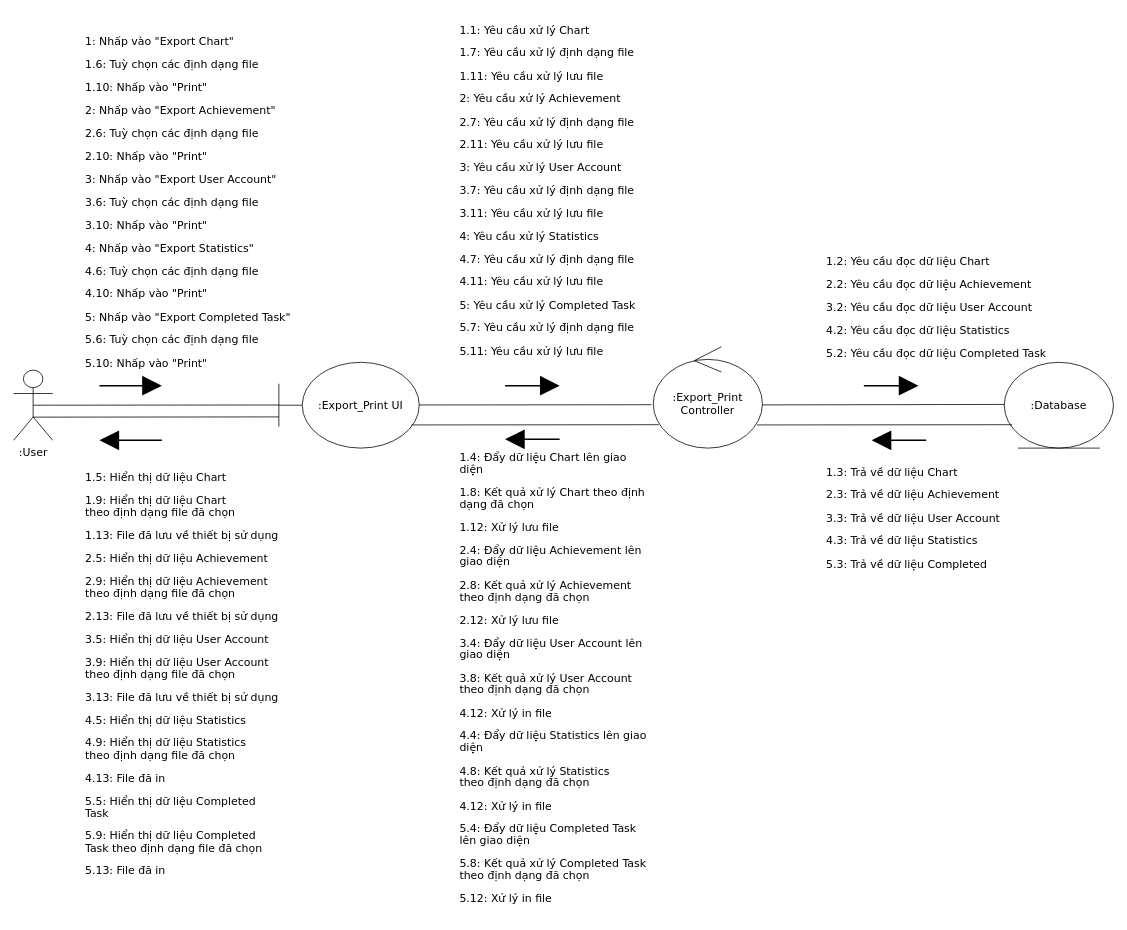
This is ToDoApp-Doc/Document/Diagram/Collaboration Diagram/Export_Print/Export_Print_CollaborationDiagram.drawio from Merevoli-DatLuu/To-Do-App, a draw.io file, before an edit. Source tidied: cells renumbered, new cells numbered last; positions are measured from the earlier drawing's top-left corner, leaving out a move shared by most shapes. Both pictures are drawn from the tidied source at 78%, with x=0, y=0 at pixel (13, 19).
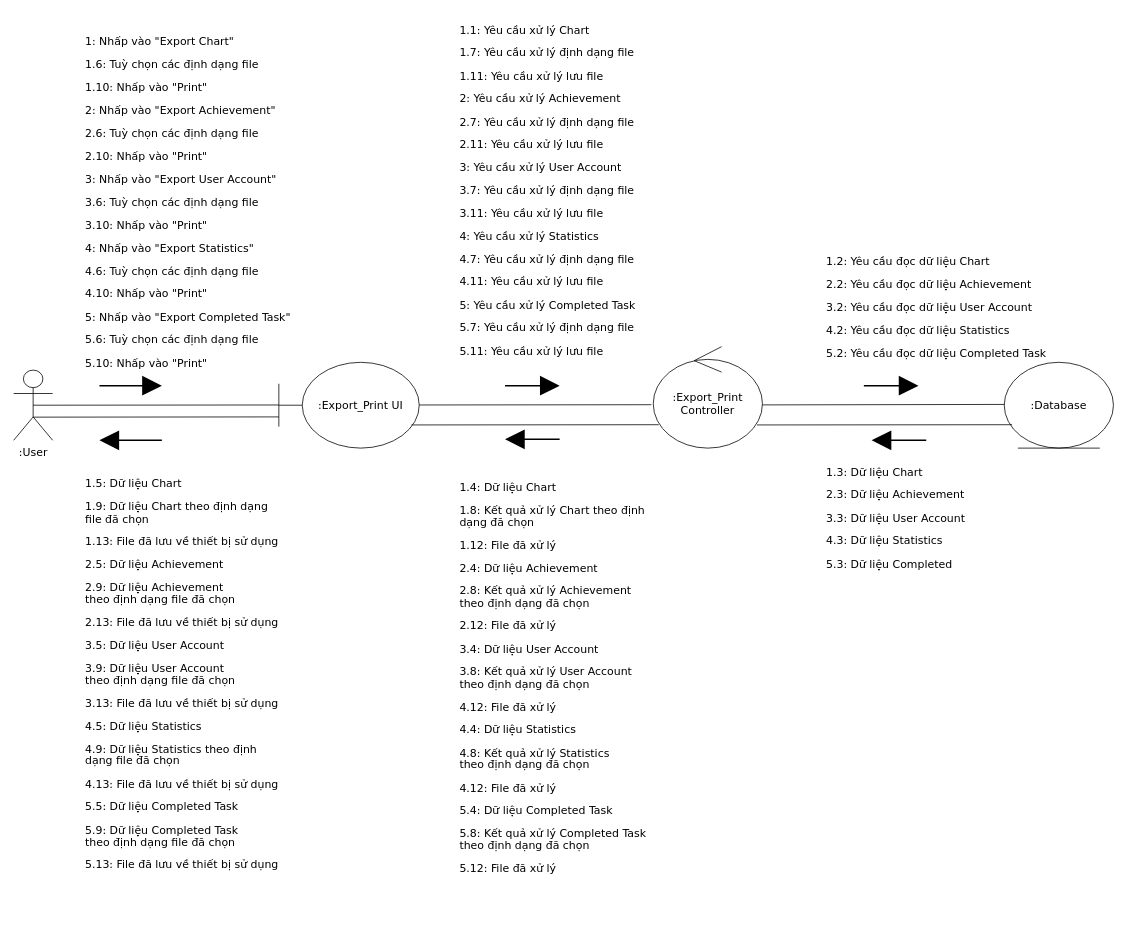
Above is the later version.

Commit message (it also covers changes not shown here):
[Modified]: Export_Print Collaboration Diagram

Change to the diagram source:
```diff
@@
-    <mxCell id="15" value="&lt;p style=&quot;line-height: 110%; font-size: 14px;&quot;&gt;1.3: Trả về dữ liệu Chart&lt;/p&gt;&lt;p style=&quot;line-height: 110%; font-size: 14px;&quot;&gt;2.3: Trả về dữ liệu Achievement&lt;br style=&quot;font-size: 14px;&quot;&gt;&lt;/p&gt;&lt;p style=&quot;line-height: 110%; font-size: 14px;&quot;&gt;3.3: Trả về dữ liệu User Account&lt;br style=&quot;font-size: 14px;&quot;&gt;&lt;/p&gt;&lt;p style=&quot;line-height: 110%; font-size: 14px;&quot;&gt;4.3: Trả về dữ liệu Statistics&lt;/p&gt;&lt;p style=&quot;line-height: 110%; font-size: 14px;&quot;&gt;5.3: Trả về dữ liệu Completed&lt;br style=&quot;font-size: 14px;&quot;&gt;&lt;/p&gt;" style="text;html=1;strokeColor=none;fillColor=none;align=left;verticalAlign=middle;whiteSpace=wrap;rounded=0;fontFamily=Verdana;fontSize=14;" parent="1" vertex="1">
+    <mxCell id="15" value="&lt;p style=&quot;line-height: 110% ; font-size: 14px&quot;&gt;1.3: Dữ liệu Chart&lt;/p&gt;&lt;p style=&quot;line-height: 110% ; font-size: 14px&quot;&gt;2.3: Dữ liệu Achievement&lt;br style=&quot;font-size: 14px&quot;&gt;&lt;/p&gt;&lt;p style=&quot;line-height: 110% ; font-size: 14px&quot;&gt;3.3: Dữ liệu User Account&lt;br style=&quot;font-size: 14px&quot;&gt;&lt;/p&gt;&lt;p style=&quot;line-height: 110% ; font-size: 14px&quot;&gt;4.3: Dữ liệu Statistics&lt;/p&gt;&lt;p style=&quot;line-height: 110% ; font-size: 14px&quot;&gt;5.3: Dữ liệu Completed&lt;br style=&quot;font-size: 14px&quot;&gt;&lt;/p&gt;" style="text;html=1;strokeColor=none;fillColor=none;align=left;verticalAlign=middle;whiteSpace=wrap;rounded=0;fontFamily=Verdana;fontSize=14;" parent="1" vertex="1">
       <mxGeometry x="1040" y="570" width="240" height="140" as="geometry" />
     </mxCell>
@@
-    <mxCell id="17" value="&lt;p style=&quot;line-height: 110%; font-size: 14px;&quot;&gt;1.4:&amp;nbsp;Đẩy dữ liệu Chart lên giao diện&lt;/p&gt;&lt;p style=&quot;line-height: 110%; font-size: 14px;&quot;&gt;1.8: Kết quả xử lý Chart theo&amp;nbsp;định dạng&amp;nbsp;đã chọn&lt;/p&gt;&lt;p style=&quot;line-height: 110%; font-size: 14px;&quot;&gt;1.12: Xử lý lưu file&lt;/p&gt;&lt;p style=&quot;line-height: 15.4px; font-size: 14px;&quot;&gt;2.4:&amp;nbsp;Đẩy dữ liệu Achievement lên giao diện&lt;/p&gt;&lt;p style=&quot;line-height: 15.4px; font-size: 14px;&quot;&gt;2.8: Kết quả xử lý Achievement theo&amp;nbsp;định dạng&amp;nbsp;đã chọn&lt;/p&gt;&lt;p style=&quot;line-height: 15.4px; font-size: 14px;&quot;&gt;2.12: Xử lý lưu file&lt;/p&gt;&lt;p style=&quot;line-height: 15.4px; font-size: 14px;&quot;&gt;3.4:&amp;nbsp;Đẩy dữ liệu User Account lên giao diện&lt;/p&gt;&lt;p style=&quot;line-height: 15.4px; font-size: 14px;&quot;&gt;3.8: Kết quả xử lý User Account theo&amp;nbsp;định dạng&amp;nbsp;đã chọn&lt;/p&gt;&lt;p style=&quot;line-height: 15.4px; font-size: 14px;&quot;&gt;4.12: Xử lý in file&lt;/p&gt;&lt;p style=&quot;line-height: 15.4px; font-size: 14px;&quot;&gt;4.4:&amp;nbsp;Đẩy dữ liệu Statistics lên giao diện&lt;/p&gt;&lt;p style=&quot;line-height: 15.4px; font-size: 14px;&quot;&gt;4.8: Kết quả xử lý Statistics theo&amp;nbsp;định dạng&amp;nbsp;đã chọn&lt;/p&gt;&lt;p style=&quot;line-height: 15.4px; font-size: 14px;&quot;&gt;4.12: Xử lý in file&lt;/p&gt;&lt;p style=&quot;line-height: 15.4px; font-size: 14px;&quot;&gt;5.4:&amp;nbsp;Đẩy dữ liệu Completed Task lên giao diện&lt;/p&gt;&lt;p style=&quot;line-height: 15.4px; font-size: 14px;&quot;&gt;5.8: Kết quả xử lý Completed Task theo&amp;nbsp;định dạng&amp;nbsp;đã chọn&lt;/p&gt;&lt;p style=&quot;line-height: 15.4px; font-size: 14px;&quot;&gt;5.12: Xử lý in file&lt;/p&gt;" style="text;html=1;strokeColor=none;fillColor=none;align=left;verticalAlign=middle;whiteSpace=wrap;rounded=0;fontFamily=Verdana;fontSize=14;" parent="1" vertex="1">
+    <mxCell id="17" value="&lt;p style=&quot;line-height: 110% ; font-size: 14px&quot;&gt;1.4: Dữ liệu Chart&amp;nbsp;&lt;/p&gt;&lt;p style=&quot;line-height: 110% ; font-size: 14px&quot;&gt;1.8: Kết quả xử lý Chart theo&amp;nbsp;định dạng&amp;nbsp;đã chọn&lt;/p&gt;&lt;p style=&quot;line-height: 110% ; font-size: 14px&quot;&gt;1.12: File&amp;nbsp;đã xử lý&lt;/p&gt;&lt;p style=&quot;line-height: 15.4px ; font-size: 14px&quot;&gt;2.4: Dữ liệu Achievement&amp;nbsp;&lt;/p&gt;&lt;p style=&quot;line-height: 15.4px ; font-size: 14px&quot;&gt;2.8: Kết quả xử lý Achievement theo&amp;nbsp;định dạng&amp;nbsp;đã chọn&lt;/p&gt;&lt;p style=&quot;line-height: 15.4px ; font-size: 14px&quot;&gt;2.12: File&amp;nbsp;đã xử lý&lt;/p&gt;&lt;p style=&quot;line-height: 15.4px ; font-size: 14px&quot;&gt;3.4: Dữ liệu User Account&lt;/p&gt;&lt;p style=&quot;line-height: 15.4px ; font-size: 14px&quot;&gt;3.8: Kết quả xử lý User Account theo&amp;nbsp;định dạng&amp;nbsp;đã chọn&lt;/p&gt;&lt;p style=&quot;line-height: 15.4px ; font-size: 14px&quot;&gt;4.12: File&amp;nbsp;đã xử lý&lt;/p&gt;&lt;p style=&quot;line-height: 15.4px ; font-size: 14px&quot;&gt;4.4: Dữ liệu Statistics&amp;nbsp;&lt;/p&gt;&lt;p style=&quot;line-height: 15.4px ; font-size: 14px&quot;&gt;4.8: Kết quả xử lý Statistics theo&amp;nbsp;định dạng&amp;nbsp;đã chọn&lt;/p&gt;&lt;p style=&quot;line-height: 15.4px ; font-size: 14px&quot;&gt;4.12: File&amp;nbsp;đã xử lý&lt;/p&gt;&lt;p style=&quot;line-height: 15.4px ; font-size: 14px&quot;&gt;5.4: Dữ liệu Completed Task&lt;/p&gt;&lt;p style=&quot;line-height: 15.4px ; font-size: 14px&quot;&gt;5.8: Kết quả xử lý Completed Task theo&amp;nbsp;định dạng&amp;nbsp;đã chọn&lt;/p&gt;&lt;p style=&quot;line-height: 15.4px ; font-size: 14px&quot;&gt;5.12: File&amp;nbsp;đã xử lý&lt;/p&gt;" style="text;html=1;strokeColor=none;fillColor=none;align=left;verticalAlign=middle;whiteSpace=wrap;rounded=0;fontFamily=Verdana;fontSize=14;" parent="1" vertex="1">
       <mxGeometry x="570" y="560" width="250" height="570" as="geometry" />
     </mxCell>
@@
-    <mxCell id="19" value="&lt;p style=&quot;line-height: 110%; font-size: 14px;&quot;&gt;1.5: Hiển thị dữ liệu Chart&lt;/p&gt;&lt;p style=&quot;line-height: 110%; font-size: 14px;&quot;&gt;1.9: Hiển thị dữ liệu Chart theo&amp;nbsp;định dạng file&amp;nbsp;đã chọn&lt;/p&gt;&lt;p style=&quot;line-height: 110%; font-size: 14px;&quot;&gt;1.13: File&amp;nbsp;đã lưu về thiết bị sử dụng&lt;/p&gt;&lt;p style=&quot;line-height: 110%; font-size: 14px;&quot;&gt;2.5: Hiển thị dữ liệu Achievement&lt;/p&gt;&lt;p style=&quot;line-height: 110%; font-size: 14px;&quot;&gt;2.9: Hiển thị dữ liệu Achievement theo&amp;nbsp;định dạng file&amp;nbsp;đã chọn&lt;/p&gt;&lt;p style=&quot;line-height: 110%; font-size: 14px;&quot;&gt;2.13: File&amp;nbsp;đã lưu về thiết bị sử dụng&lt;/p&gt;&lt;p style=&quot;line-height: 15.4px; font-size: 14px;&quot;&gt;3.5: Hiển thị dữ liệu User Account&lt;/p&gt;&lt;p style=&quot;line-height: 15.4px; font-size: 14px;&quot;&gt;3.9: Hiển thị dữ liệu User Account theo&amp;nbsp;định dạng file&amp;nbsp;đã chọn&lt;/p&gt;&lt;p style=&quot;line-height: 15.4px; font-size: 14px;&quot;&gt;3.13: File&amp;nbsp;đã lưu về thiết bị sử dụng&lt;/p&gt;&lt;p style=&quot;line-height: 15.4px; font-size: 14px;&quot;&gt;4.5: Hiển thị dữ liệu Statistics&lt;/p&gt;&lt;p style=&quot;line-height: 15.4px; font-size: 14px;&quot;&gt;4.9: Hiển thị dữ liệu Statistics theo&amp;nbsp;định dạng file&amp;nbsp;đã chọn&lt;/p&gt;&lt;p style=&quot;line-height: 15.4px; font-size: 14px;&quot;&gt;4.13: File&amp;nbsp;đã in&lt;/p&gt;&lt;p style=&quot;line-height: 15.4px; font-size: 14px;&quot;&gt;5.5: Hiển thị dữ liệu Completed Task&lt;/p&gt;&lt;p style=&quot;line-height: 15.4px; font-size: 14px;&quot;&gt;5.9: Hiển thị dữ liệu Completed Task theo&amp;nbsp;định dạng file&amp;nbsp;đã chọn&lt;/p&gt;&lt;p style=&quot;line-height: 15.4px; font-size: 14px;&quot;&gt;5.13: File&amp;nbsp;đã in&lt;/p&gt;&lt;p style=&quot;line-height: 110%; font-size: 14px;&quot;&gt;&lt;br style=&quot;font-size: 14px;&quot;&gt;&lt;/p&gt;" style="text;html=1;strokeColor=none;fillColor=none;align=left;verticalAlign=middle;whiteSpace=wrap;rounded=0;fontFamily=Verdana;fontSize=14;" parent="1" vertex="1">
+    <mxCell id="19" value="&lt;p style=&quot;line-height: 110% ; font-size: 14px&quot;&gt;1.5: Dữ liệu Chart&lt;/p&gt;&lt;p style=&quot;line-height: 110% ; font-size: 14px&quot;&gt;1.9: Dữ liệu Chart theo&amp;nbsp;định dạng file&amp;nbsp;đã chọn&lt;/p&gt;&lt;p style=&quot;line-height: 110% ; font-size: 14px&quot;&gt;1.13: File&amp;nbsp;đã lưu về thiết bị sử dụng&lt;/p&gt;&lt;p style=&quot;line-height: 110% ; font-size: 14px&quot;&gt;2.5: Dữ liệu Achievement&lt;/p&gt;&lt;p style=&quot;line-height: 110% ; font-size: 14px&quot;&gt;2.9: Dữ liệu Achievement theo&amp;nbsp;định dạng file&amp;nbsp;đã chọn&lt;/p&gt;&lt;p style=&quot;line-height: 110% ; font-size: 14px&quot;&gt;2.13: File&amp;nbsp;đã lưu về thiết bị sử dụng&lt;/p&gt;&lt;p style=&quot;line-height: 15.4px ; font-size: 14px&quot;&gt;3.5: Dữ liệu User Account&lt;/p&gt;&lt;p style=&quot;line-height: 15.4px ; font-size: 14px&quot;&gt;3.9: Dữ liệu User Account theo&amp;nbsp;định dạng file&amp;nbsp;đã chọn&lt;/p&gt;&lt;p style=&quot;line-height: 15.4px ; font-size: 14px&quot;&gt;3.13: File&amp;nbsp;đã lưu về thiết bị sử dụng&lt;/p&gt;&lt;p style=&quot;line-height: 15.4px ; font-size: 14px&quot;&gt;4.5: Dữ liệu Statistics&lt;/p&gt;&lt;p style=&quot;line-height: 15.4px ; font-size: 14px&quot;&gt;4.9: Dữ liệu Statistics theo&amp;nbsp;định dạng file&amp;nbsp;đã chọn&lt;/p&gt;&lt;p style=&quot;line-height: 15.4px ; font-size: 14px&quot;&gt;4.13: File&amp;nbsp;đã lưu về thiết bị sử dụng&lt;/p&gt;&lt;p style=&quot;line-height: 15.4px ; font-size: 14px&quot;&gt;5.5: Dữ liệu Completed Task&lt;/p&gt;&lt;p style=&quot;line-height: 15.4px ; font-size: 14px&quot;&gt;5.9: Dữ liệu Completed Task theo&amp;nbsp;định dạng file&amp;nbsp;đã chọn&lt;/p&gt;&lt;p style=&quot;line-height: 15.4px ; font-size: 14px&quot;&gt;5.13: File&amp;nbsp;đã lưu về thiết bị sử dụng&lt;/p&gt;&lt;p style=&quot;line-height: 110% ; font-size: 14px&quot;&gt;&lt;br style=&quot;font-size: 14px&quot;&gt;&lt;/p&gt;" style="text;html=1;strokeColor=none;fillColor=none;align=left;verticalAlign=middle;whiteSpace=wrap;rounded=0;fontFamily=Verdana;fontSize=14;" parent="1" vertex="1">
       <mxGeometry x="90" y="560" width="250" height="590" as="geometry" />
     </mxCell>
```
